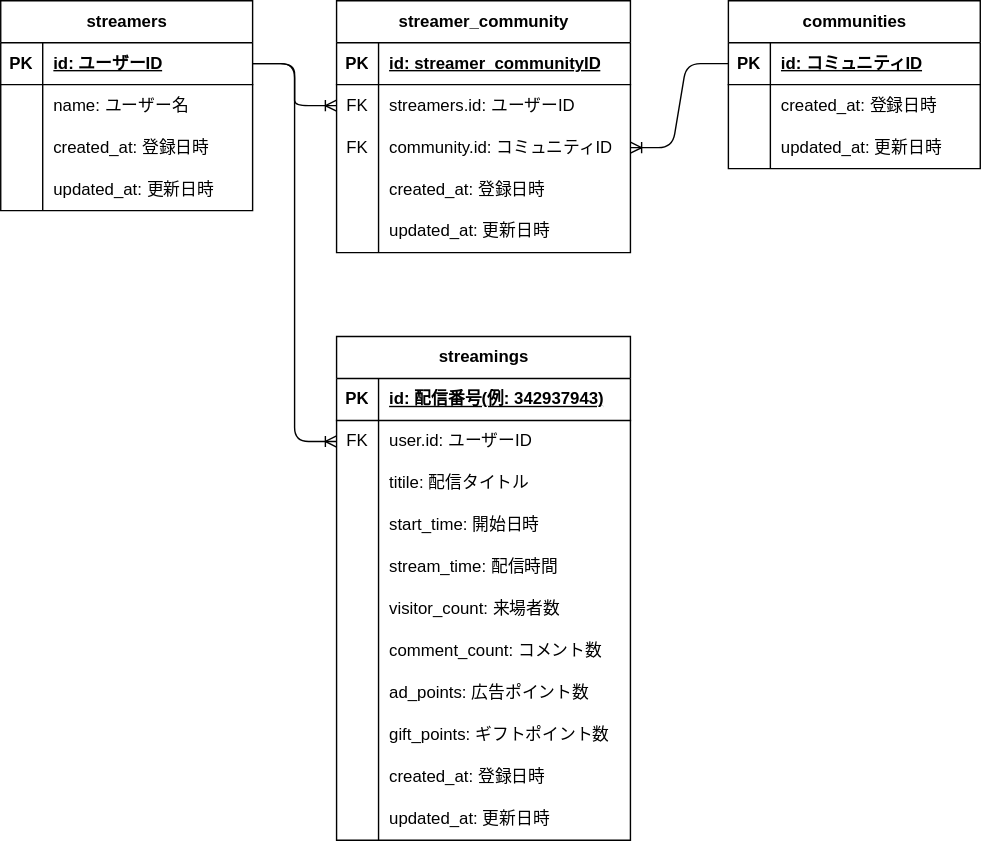
MASA20201203/NicodbLaravel keeps this draw.io diagram as ER図.drawio.svg. Above is the earlier version. Source tidied: cells renumbered, new cells last; positions are measured from the earlier drawing's top-left corner, leaving out a move shared by most shapes.
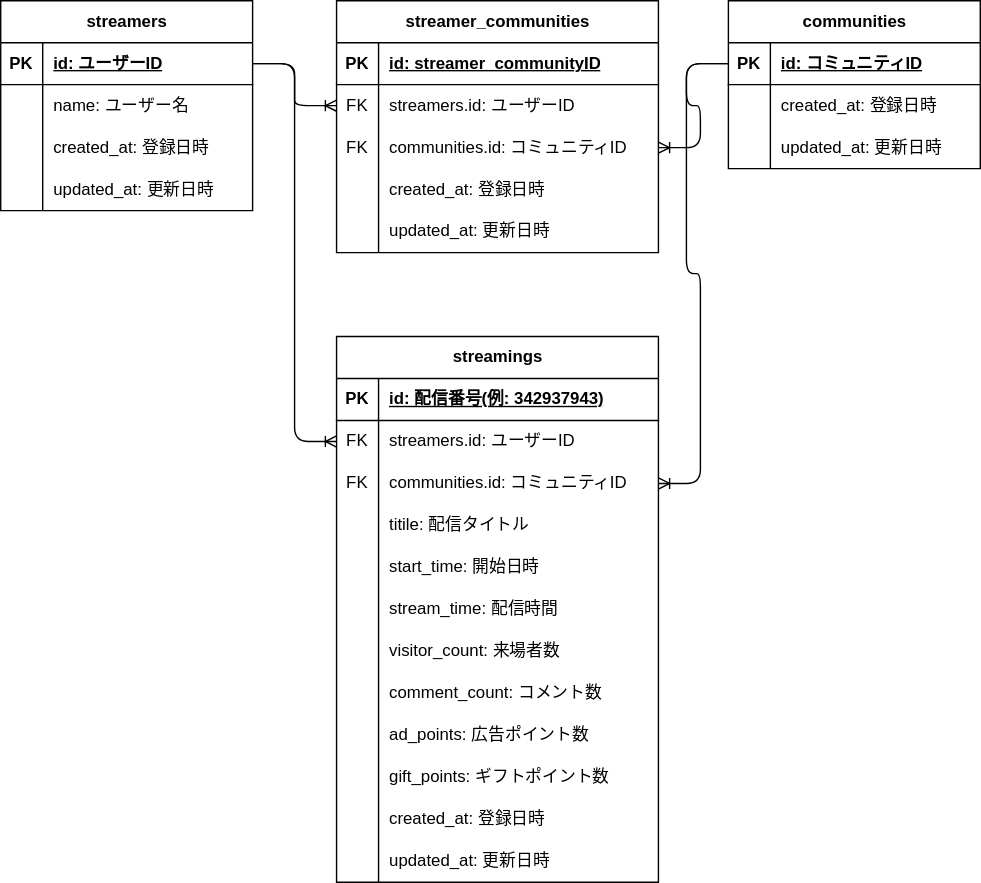
After the change.

Commit message:
streamingsテーブルにコミュニティIDを追加

Change to the diagram source:
```diff
@@ -47,53 +47,53 @@
     <mxCell id="16" value="updated_at: 更新日時" style="shape=partialRectangle;fillColor=none;top=0;left=0;bottom=0;right=0;align=left;spacingLeft=6;overflow=hidden;whiteSpace=wrap;html=1;" parent="14" vertex="1">
       <mxGeometry x="30" width="150" height="30" as="geometry" />
     </mxCell>
-    <mxCell id="17" value="streamer_community" style="shape=table;startSize=30;rowLines=0;fontStyle=1;align=center;html=1;" parent="1" vertex="1">
-      <mxGeometry x="240" width="210" height="180" as="geometry" />
+    <mxCell id="17" value="streamer_communities" style="shape=table;startSize=30;rowLines=0;fontStyle=1;align=center;html=1;" parent="1" vertex="1">
+      <mxGeometry x="240" width="230" height="180" as="geometry" />
     </mxCell>
     <mxCell id="18" style="shape=tableRow;horizontal=0;startSize=0;swimlaneHead=0;swimlaneBody=0;fillColor=none;top=0;left=0;right=0;bottom=1;" parent="17" vertex="1">
-      <mxGeometry y="30" width="210" height="30" as="geometry" />
+      <mxGeometry y="30" width="230" height="30" as="geometry" />
     </mxCell>
     <mxCell id="19" value="PK" style="shape=partialRectangle;fillColor=none;top=0;left=0;bottom=0;right=0;fontStyle=1;overflow=hidden;whiteSpace=wrap;html=1;" parent="18" vertex="1">
       <mxGeometry width="30" height="30" as="geometry" />
     </mxCell>
     <mxCell id="20" value="id: streamer_communityID" style="shape=partialRectangle;fillColor=none;top=0;left=0;bottom=0;right=0;align=left;spacingLeft=6;fontStyle=5;overflow=hidden;whiteSpace=wrap;html=1;" parent="18" vertex="1">
-      <mxGeometry x="30" width="180" height="30" as="geometry" />
+      <mxGeometry x="30" width="200" height="30" as="geometry" />
     </mxCell>
     <mxCell id="21" style="shape=tableRow;horizontal=0;startSize=0;swimlaneHead=0;swimlaneBody=0;fillColor=none;points=[[0,0.5],[1,0.5]];portConstraint=eastwest;top=0;left=0;right=0;bottom=0;" parent="17" vertex="1">
-      <mxGeometry y="60" width="210" height="30" as="geometry" />
+      <mxGeometry y="60" width="230" height="30" as="geometry" />
     </mxCell>
     <mxCell id="22" value="FK" style="shape=partialRectangle;fillColor=none;top=0;left=0;bottom=0;right=0;fontStyle=0;overflow=hidden;whiteSpace=wrap;html=1;" parent="21" vertex="1">
       <mxGeometry width="30" height="30" as="geometry" />
     </mxCell>
     <mxCell id="23" value="streamers.id: ユーザーID" style="shape=partialRectangle;fillColor=none;top=0;left=0;bottom=0;right=0;align=left;spacingLeft=6;fontStyle=0;overflow=hidden;whiteSpace=wrap;html=1;" parent="21" vertex="1">
-      <mxGeometry x="30" width="180" height="30" as="geometry" />
+      <mxGeometry x="30" width="200" height="30" as="geometry" />
     </mxCell>
     <mxCell id="24" style="shape=tableRow;horizontal=0;startSize=0;swimlaneHead=0;swimlaneBody=0;fillColor=none;points=[[0,0.5],[1,0.5]];portConstraint=eastwest;top=0;left=0;right=0;bottom=0;" parent="17" vertex="1">
-      <mxGeometry y="90" width="210" height="30" as="geometry" />
+      <mxGeometry y="90" width="230" height="30" as="geometry" />
     </mxCell>
     <mxCell id="25" value="FK" style="shape=partialRectangle;fillColor=none;top=0;left=0;bottom=0;right=0;overflow=hidden;whiteSpace=wrap;html=1;" parent="24" vertex="1">
       <mxGeometry width="30" height="30" as="geometry" />
     </mxCell>
-    <mxCell id="26" value="community.id: コミュニティID" style="shape=partialRectangle;fillColor=none;top=0;left=0;bottom=0;right=0;align=left;spacingLeft=6;overflow=hidden;whiteSpace=wrap;html=1;" parent="24" vertex="1">
-      <mxGeometry x="30" width="180" height="30" as="geometry" />
+    <mxCell id="26" value="communities.id: コミュニティID" style="shape=partialRectangle;fillColor=none;top=0;left=0;bottom=0;right=0;align=left;spacingLeft=6;overflow=hidden;whiteSpace=wrap;html=1;" parent="24" vertex="1">
+      <mxGeometry x="30" width="200" height="30" as="geometry" />
     </mxCell>
     <mxCell id="27" style="shape=tableRow;horizontal=0;startSize=0;swimlaneHead=0;swimlaneBody=0;fillColor=none;top=0;left=0;right=0;bottom=0;" parent="17" vertex="1">
-      <mxGeometry y="120" width="210" height="30" as="geometry" />
+      <mxGeometry y="120" width="230" height="30" as="geometry" />
     </mxCell>
     <mxCell id="28" style="shape=partialRectangle;fillColor=none;top=0;left=0;bottom=0;right=0;overflow=hidden;whiteSpace=wrap;html=1;" parent="27" vertex="1">
       <mxGeometry width="30" height="30" as="geometry" />
     </mxCell>
     <mxCell id="29" value="created_at: 登録日時" style="shape=partialRectangle;fillColor=none;top=0;left=0;bottom=0;right=0;align=left;spacingLeft=6;overflow=hidden;whiteSpace=wrap;html=1;" parent="27" vertex="1">
-      <mxGeometry x="30" width="180" height="30" as="geometry" />
+      <mxGeometry x="30" width="200" height="30" as="geometry" />
     </mxCell>
     <mxCell id="30" style="shape=tableRow;horizontal=0;startSize=0;swimlaneHead=0;swimlaneBody=0;fillColor=none;top=0;left=0;right=0;bottom=0;" parent="17" vertex="1">
-      <mxGeometry y="150" width="210" height="30" as="geometry" />
+      <mxGeometry y="150" width="230" height="30" as="geometry" />
     </mxCell>
     <mxCell id="31" style="shape=partialRectangle;fillColor=none;top=0;left=0;bottom=0;right=0;overflow=hidden;whiteSpace=wrap;html=1;" parent="30" vertex="1">
       <mxGeometry width="30" height="30" as="geometry" />
     </mxCell>
     <mxCell id="32" value="updated_at: 更新日時" style="shape=partialRectangle;fillColor=none;top=0;left=0;bottom=0;right=0;align=left;spacingLeft=6;overflow=hidden;whiteSpace=wrap;html=1;" parent="30" vertex="1">
-      <mxGeometry x="30" width="180" height="30" as="geometry" />
+      <mxGeometry x="30" width="200" height="30" as="geometry" />
     </mxCell>
     <mxCell id="33" value="communities" style="shape=table;startSize=30;rowLines=0;fontStyle=1;align=center;html=1;" parent="1" vertex="1">
       <mxGeometry x="520" width="180" height="120" as="geometry" />
@@ -126,109 +126,126 @@
       <mxGeometry x="30" width="150" height="30" as="geometry" />
     </mxCell>
     <mxCell id="43" value="streamings" style="shape=table;startSize=30;rowLines=0;fontStyle=1;align=center;html=1;" parent="1" vertex="1">
-      <mxGeometry x="240" y="240" width="210" height="360" as="geometry" />
+      <mxGeometry x="240" y="240" width="230" height="390" as="geometry" />
     </mxCell>
     <mxCell id="44" style="shape=tableRow;horizontal=0;startSize=0;swimlaneHead=0;swimlaneBody=0;fillColor=none;top=0;left=0;right=0;bottom=1;" parent="43" vertex="1">
-      <mxGeometry y="30" width="210" height="30" as="geometry" />
+      <mxGeometry y="30" width="230" height="30" as="geometry" />
     </mxCell>
     <mxCell id="45" value="PK" style="shape=partialRectangle;fillColor=none;top=0;left=0;bottom=0;right=0;fontStyle=1;overflow=hidden;whiteSpace=wrap;html=1;" parent="44" vertex="1">
       <mxGeometry width="30" height="30" as="geometry" />
     </mxCell>
     <mxCell id="46" value="id: 配信番号(例: 342937943)" style="shape=partialRectangle;fillColor=none;top=0;left=0;bottom=0;right=0;align=left;spacingLeft=6;fontStyle=5;overflow=hidden;whiteSpace=wrap;html=1;" parent="44" vertex="1">
-      <mxGeometry x="30" width="180" height="30" as="geometry" />
+      <mxGeometry x="30" width="200" height="30" as="geometry" />
     </mxCell>
     <mxCell id="47" style="shape=tableRow;horizontal=0;startSize=0;swimlaneHead=0;swimlaneBody=0;fillColor=none;points=[[0,0.5],[1,0.5]];portConstraint=eastwest;top=0;left=0;right=0;bottom=0;" parent="43" vertex="1">
-      <mxGeometry y="60" width="210" height="30" as="geometry" />
+      <mxGeometry y="60" width="230" height="30" as="geometry" />
     </mxCell>
     <mxCell id="48" value="FK" style="shape=partialRectangle;fillColor=none;top=0;left=0;bottom=0;right=0;overflow=hidden;whiteSpace=wrap;html=1;" parent="47" vertex="1">
       <mxGeometry width="30" height="30" as="geometry" />
     </mxCell>
-    <mxCell id="49" value="user.id: ユーザーID" style="shape=partialRectangle;fillColor=none;top=0;left=0;bottom=0;right=0;align=left;spacingLeft=6;overflow=hidden;whiteSpace=wrap;html=1;" parent="47" vertex="1">
-      <mxGeometry x="30" width="180" height="30" as="geometry" />
+    <mxCell id="49" value="streamers.id: ユーザーID" style="shape=partialRectangle;fillColor=none;top=0;left=0;bottom=0;right=0;align=left;spacingLeft=6;overflow=hidden;whiteSpace=wrap;html=1;" parent="47" vertex="1">
+      <mxGeometry x="30" width="200" height="30" as="geometry" />
     </mxCell>
+    <mxCell id="78" style="shape=tableRow;horizontal=0;startSize=0;swimlaneHead=0;swimlaneBody=0;fillColor=none;points=[[0,0.5],[1,0.5]];portConstraint=eastwest;top=0;left=0;right=0;bottom=0;" parent="43" vertex="1">
+      <mxGeometry y="90" width="230" height="30" as="geometry" />
+    </mxCell>
+    <mxCell id="79" value="FK" style="shape=partialRectangle;fillColor=none;top=0;left=0;bottom=0;right=0;overflow=hidden;whiteSpace=wrap;html=1;" parent="78" vertex="1">
+      <mxGeometry width="30" height="30" as="geometry" />
+    </mxCell>
+    <mxCell id="80" value="communities.id: コミュニティID" style="shape=partialRectangle;fillColor=none;top=0;left=0;bottom=0;right=0;align=left;spacingLeft=6;overflow=hidden;whiteSpace=wrap;html=1;" parent="78" vertex="1">
+      <mxGeometry x="30" width="200" height="30" as="geometry" />
+    </mxCell>
     <mxCell id="50" style="shape=tableRow;horizontal=0;startSize=0;swimlaneHead=0;swimlaneBody=0;fillColor=none;top=0;left=0;right=0;bottom=0;" parent="43" vertex="1">
-      <mxGeometry y="90" width="210" height="30" as="geometry" />
+      <mxGeometry y="120" width="230" height="30" as="geometry" />
     </mxCell>
     <mxCell id="51" style="shape=partialRectangle;fillColor=none;top=0;left=0;bottom=0;right=0;overflow=hidden;whiteSpace=wrap;html=1;" parent="50" vertex="1">
       <mxGeometry width="30" height="30" as="geometry" />
     </mxCell>
     <mxCell id="52" value="titile: 配信タイトル" style="shape=partialRectangle;fillColor=none;top=0;left=0;bottom=0;right=0;align=left;spacingLeft=6;overflow=hidden;whiteSpace=wrap;html=1;" parent="50" vertex="1">
-      <mxGeometry x="30" width="180" height="30" as="geometry" />
+      <mxGeometry x="30" width="200" height="30" as="geometry" />
     </mxCell>
     <mxCell id="53" style="shape=tableRow;horizontal=0;startSize=0;swimlaneHead=0;swimlaneBody=0;fillColor=none;top=0;left=0;right=0;bottom=0;" parent="43" vertex="1">
-      <mxGeometry y="120" width="210" height="30" as="geometry" />
+      <mxGeometry y="150" width="230" height="30" as="geometry" />
     </mxCell>
     <mxCell id="54" style="shape=partialRectangle;fillColor=none;top=0;left=0;bottom=0;right=0;overflow=hidden;whiteSpace=wrap;html=1;" parent="53" vertex="1">
       <mxGeometry width="30" height="30" as="geometry" />
     </mxCell>
     <mxCell id="55" value="start_time: 開始日時" style="shape=partialRectangle;fillColor=none;top=0;left=0;bottom=0;right=0;align=left;spacingLeft=6;overflow=hidden;whiteSpace=wrap;html=1;" parent="53" vertex="1">
-      <mxGeometry x="30" width="180" height="30" as="geometry" />
+      <mxGeometry x="30" width="200" height="30" as="geometry" />
     </mxCell>
     <mxCell id="56" style="shape=tableRow;horizontal=0;startSize=0;swimlaneHead=0;swimlaneBody=0;fillColor=none;top=0;left=0;right=0;bottom=0;" parent="43" vertex="1">
-      <mxGeometry y="150" width="210" height="30" as="geometry" />
+      <mxGeometry y="180" width="230" height="30" as="geometry" />
     </mxCell>
     <mxCell id="57" style="shape=partialRectangle;fillColor=none;top=0;left=0;bottom=0;right=0;overflow=hidden;whiteSpace=wrap;html=1;" parent="56" vertex="1">
       <mxGeometry width="30" height="30" as="geometry" />
     </mxCell>
     <mxCell id="58" value="stream_time: 配信時間" style="shape=partialRectangle;fillColor=none;top=0;left=0;bottom=0;right=0;align=left;spacingLeft=6;overflow=hidden;whiteSpace=wrap;html=1;" parent="56" vertex="1">
-      <mxGeometry x="30" width="180" height="30" as="geometry" />
+      <mxGeometry x="30" width="200" height="30" as="geometry" />
     </mxCell>
     <mxCell id="59" style="shape=tableRow;horizontal=0;startSize=0;swimlaneHead=0;swimlaneBody=0;fillColor=none;top=0;left=0;right=0;bottom=0;" parent="43" vertex="1">
-      <mxGeometry y="180" width="210" height="30" as="geometry" />
+      <mxGeometry y="210" width="230" height="30" as="geometry" />
     </mxCell>
     <mxCell id="60" style="shape=partialRectangle;fillColor=none;top=0;left=0;bottom=0;right=0;overflow=hidden;whiteSpace=wrap;html=1;" parent="59" vertex="1">
       <mxGeometry width="30" height="30" as="geometry" />
     </mxCell>
     <mxCell id="61" value="visitor_count: 来場者数" style="shape=partialRectangle;fillColor=none;top=0;left=0;bottom=0;right=0;align=left;spacingLeft=6;overflow=hidden;whiteSpace=wrap;html=1;" parent="59" vertex="1">
-      <mxGeometry x="30" width="180" height="30" as="geometry" />
+      <mxGeometry x="30" width="200" height="30" as="geometry" />
     </mxCell>
     <mxCell id="62" style="shape=tableRow;horizontal=0;startSize=0;swimlaneHead=0;swimlaneBody=0;fillColor=none;top=0;left=0;right=0;bottom=0;" parent="43" vertex="1">
-      <mxGeometry y="210" width="210" height="30" as="geometry" />
+      <mxGeometry y="240" width="230" height="30" as="geometry" />
     </mxCell>
     <mxCell id="63" style="shape=partialRectangle;fillColor=none;top=0;left=0;bottom=0;right=0;overflow=hidden;whiteSpace=wrap;html=1;" parent="62" vertex="1">
       <mxGeometry width="30" height="30" as="geometry" />
     </mxCell>
     <mxCell id="64" value="comment_count: コメント数" style="shape=partialRectangle;fillColor=none;top=0;left=0;bottom=0;right=0;align=left;spacingLeft=6;overflow=hidden;whiteSpace=wrap;html=1;" parent="62" vertex="1">
-      <mxGeometry x="30" width="180" height="30" as="geometry" />
+      <mxGeometry x="30" width="200" height="30" as="geometry" />
     </mxCell>
     <mxCell id="65" style="shape=tableRow;horizontal=0;startSize=0;swimlaneHead=0;swimlaneBody=0;fillColor=none;top=0;left=0;right=0;bottom=0;" parent="43" vertex="1">
-      <mxGeometry y="240" width="210" height="30" as="geometry" />
+      <mxGeometry y="270" width="230" height="30" as="geometry" />
     </mxCell>
     <mxCell id="66" style="shape=partialRectangle;fillColor=none;top=0;left=0;bottom=0;right=0;overflow=hidden;whiteSpace=wrap;html=1;" parent="65" vertex="1">
       <mxGeometry width="30" height="30" as="geometry" />
     </mxCell>
     <mxCell id="67" value="ad_points: 広告ポイント数" style="shape=partialRectangle;fillColor=none;top=0;left=0;bottom=0;right=0;align=left;spacingLeft=6;overflow=hidden;whiteSpace=wrap;html=1;" parent="65" vertex="1">
-      <mxGeometry x="30" width="180" height="30" as="geometry" />
+      <mxGeometry x="30" width="200" height="30" as="geometry" />
     </mxCell>
     <mxCell id="68" style="shape=tableRow;horizontal=0;startSize=0;swimlaneHead=0;swimlaneBody=0;fillColor=none;top=0;left=0;right=0;bottom=0;" parent="43" vertex="1">
-      <mxGeometry y="270" width="210" height="30" as="geometry" />
+      <mxGeometry y="300" width="230" height="30" as="geometry" />
     </mxCell>
     <mxCell id="69" style="shape=partialRectangle;fillColor=none;top=0;left=0;bottom=0;right=0;overflow=hidden;whiteSpace=wrap;html=1;" parent="68" vertex="1">
       <mxGeometry width="30" height="30" as="geometry" />
     </mxCell>
     <mxCell id="70" value="gift_points: ギフトポイント数" style="shape=partialRectangle;fillColor=none;top=0;left=0;bottom=0;right=0;align=left;spacingLeft=6;overflow=hidden;whiteSpace=wrap;html=1;" parent="68" vertex="1">
-      <mxGeometry x="30" width="180" height="30" as="geometry" />
+      <mxGeometry x="30" width="200" height="30" as="geometry" />
     </mxCell>
     <mxCell id="71" style="shape=tableRow;horizontal=0;startSize=0;swimlaneHead=0;swimlaneBody=0;fillColor=none;top=0;left=0;right=0;bottom=0;" parent="43" vertex="1">
-      <mxGeometry y="300" width="210" height="30" as="geometry" />
+      <mxGeometry y="330" width="230" height="30" as="geometry" />
     </mxCell>
     <mxCell id="72" style="shape=partialRectangle;fillColor=none;top=0;left=0;bottom=0;right=0;overflow=hidden;whiteSpace=wrap;html=1;" parent="71" vertex="1">
       <mxGeometry width="30" height="30" as="geometry" />
     </mxCell>
     <mxCell id="73" value="created_at: 登録日時" style="shape=partialRectangle;fillColor=none;top=0;left=0;bottom=0;right=0;align=left;spacingLeft=6;overflow=hidden;whiteSpace=wrap;html=1;" parent="71" vertex="1">
-      <mxGeometry x="30" width="180" height="30" as="geometry" />
+      <mxGeometry x="30" width="200" height="30" as="geometry" />
     </mxCell>
     <mxCell id="74" style="shape=tableRow;horizontal=0;startSize=0;swimlaneHead=0;swimlaneBody=0;fillColor=none;top=0;left=0;right=0;bottom=0;" parent="43" vertex="1">
-      <mxGeometry y="330" width="210" height="30" as="geometry" />
+      <mxGeometry y="360" width="230" height="30" as="geometry" />
     </mxCell>
     <mxCell id="75" style="shape=partialRectangle;fillColor=none;top=0;left=0;bottom=0;right=0;overflow=hidden;whiteSpace=wrap;html=1;" parent="74" vertex="1">
       <mxGeometry width="30" height="30" as="geometry" />
     </mxCell>
     <mxCell id="76" value="updated_at: 更新日時" style="shape=partialRectangle;fillColor=none;top=0;left=0;bottom=0;right=0;align=left;spacingLeft=6;overflow=hidden;whiteSpace=wrap;html=1;" parent="74" vertex="1">
-      <mxGeometry x="30" width="180" height="30" as="geometry" />
+      <mxGeometry x="30" width="200" height="30" as="geometry" />
     </mxCell>
     <mxCell id="77" style="edgeStyle=entityRelationEdgeStyle;fontSize=12;html=1;endArrow=ERoneToMany;exitX=1;exitY=0.5;exitDx=0;exitDy=0;" parent="1" edge="1" source="5" target="47">
       <mxGeometry relative="1" as="geometry" />
     </mxCell>
+    <mxCell id="81" style="edgeStyle=entityRelationEdgeStyle;fontSize=12;html=1;endArrow=ERoneToMany;exitX=0;exitY=0.5;exitDx=0;exitDy=0;" parent="1" edge="1" source="34" target="78">
+      <mxGeometry relative="1" as="geometry">
+        <Array as="points">
+          <mxPoint x="520" y="180" />
+          <mxPoint x="490" y="210" />
+        </Array>
+      </mxGeometry>
+    </mxCell>
   </root>
 </mxGraphModel>
```
